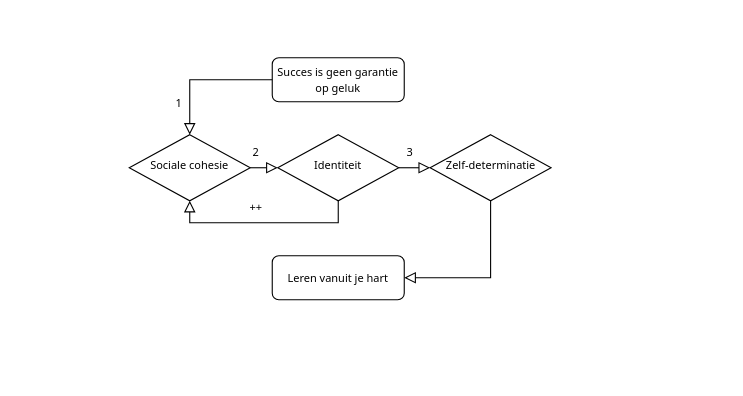
Before: BDB_CGI.drawio in wieberinsma/bdb-drawio, a draw.io diagram. Source tidied: cells renumbered, new cells numbered last; positions are measured from the earlier drawing's top-left corner, leaving out a move shared by most shapes. Both pictures are drawn from the tidied source at 110%, with x=0, y=0 at pixel (129, 57).
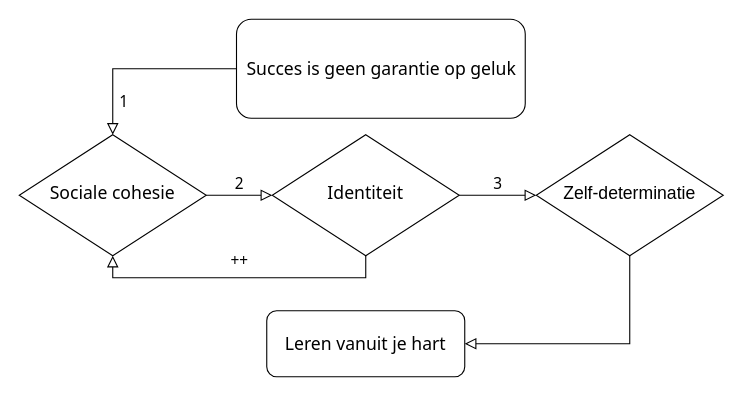
The same page after the edit.

What changed in the source:
```diff
@@
 <mxGraphModel>
   <root>
     <mxCell id="0" />
     <mxCell id="1" parent="0" />
-    <mxCell id="2" value="&lt;font style=&quot;font-size: 10px;&quot; face=&quot;Tahoma&quot;&gt;Succes is geen garantie op geluk&lt;/font&gt;" style="rounded=1;whiteSpace=wrap;html=1;fontSize=12;glass=0;strokeWidth=1;shadow=0;" parent="1" vertex="1">
-      <mxGeometry x="130" width="120" height="40" as="geometry" />
+    <mxCell id="2" value="&lt;font style=&quot;font-size: 16px;&quot; face=&quot;Tahoma&quot;&gt;Succes is geen garantie op geluk&lt;/font&gt;" style="rounded=1;whiteSpace=wrap;html=1;fontSize=12;glass=0;strokeWidth=1;shadow=0;" parent="1" vertex="1">
+      <mxGeometry x="97.5" y="-35" width="262.5" height="90" as="geometry" />
     </mxCell>
-    <mxCell id="3" value="&lt;font style=&quot;font-size: 10px;&quot; face=&quot;Tahoma&quot;&gt;Zelf-determinatie&lt;/font&gt;" style="rhombus;whiteSpace=wrap;html=1;shadow=0;fontFamily=Helvetica;fontSize=12;align=center;strokeWidth=1;spacing=6;spacingTop=-4;" parent="1" vertex="1">
-      <mxGeometry x="273.5" y="70" width="110" height="60" as="geometry" />
-    </mxCell>
-    <mxCell id="4" value="&lt;font style=&quot;font-size: 10px;&quot; face=&quot;Tahoma&quot;&gt;Identiteit&lt;/font&gt;" style="rhombus;whiteSpace=wrap;html=1;shadow=0;fontFamily=Helvetica;fontSize=12;align=center;strokeWidth=1;spacing=6;spacingTop=-4;" parent="1" vertex="1">
-      <mxGeometry x="135" y="70" width="110" height="60" as="geometry" />
-    </mxCell>
-    <mxCell id="5" value="&lt;font style=&quot;font-size: 10px;&quot; face=&quot;Tahoma&quot;&gt;Sociale cohesie&lt;/font&gt;" style="rhombus;whiteSpace=wrap;html=1;shadow=0;fontFamily=Helvetica;fontSize=12;align=center;strokeWidth=1;spacing=6;spacingTop=-4;" parent="1" vertex="1">
-      <mxGeometry y="70" width="110" height="60" as="geometry" />
+    <mxCell id="5" value="&lt;font style=&quot;font-size: 16px;&quot; face=&quot;Tahoma&quot;&gt;Sociale cohesie&lt;/font&gt;" style="rhombus;whiteSpace=wrap;html=1;shadow=0;fontFamily=Helvetica;fontSize=12;align=center;strokeWidth=1;spacing=6;spacingTop=-4;" parent="1" vertex="1">
+      <mxGeometry x="-100" y="70" width="170" height="110" as="geometry" />
     </mxCell>
     <mxCell id="6" style="rounded=0;html=1;jettySize=auto;fontSize=11;endArrow=block;endFill=0;endSize=8;strokeWidth=1;shadow=0;labelBackgroundColor=none;edgeStyle=orthogonalEdgeStyle;exitX=0;exitY=0.5;exitDx=0;exitDy=0;" parent="1" edge="1" source="2" target="5">
       <mxGeometry relative="1" as="geometry" />
     </mxCell>
-    <mxCell id="7" value="&lt;font style=&quot;font-size: 10px;&quot; face=&quot;Tahoma&quot;&gt;Leren vanuit je hart&lt;/font&gt;" style="rounded=1;whiteSpace=wrap;html=1;fontSize=12;glass=0;strokeWidth=1;shadow=0;" parent="1" vertex="1">
-      <mxGeometry x="130" y="180" width="120" height="40" as="geometry" />
-    </mxCell>
     <mxCell id="8" style="rounded=0;html=1;jettySize=auto;fontSize=11;endArrow=block;endFill=0;endSize=8;strokeWidth=1;shadow=0;labelBackgroundColor=none;edgeStyle=orthogonalEdgeStyle;exitX=0.5;exitY=1;exitDx=0;exitDy=0;entryX=1;entryY=0.5;entryDx=0;entryDy=0;" parent="1" edge="1" source="3" target="7">
       <mxGeometry relative="1" as="geometry" />
     </mxCell>
-    <mxCell id="9" style="rounded=0;html=1;jettySize=auto;fontSize=11;endArrow=block;endFill=0;endSize=8;strokeWidth=1;shadow=0;labelBackgroundColor=none;edgeStyle=orthogonalEdgeStyle;exitX=1;exitY=0.5;exitDx=0;exitDy=0;entryX=0;entryY=0.5;entryDx=0;entryDy=0;" parent="1" edge="1" source="4" target="3">
+    <mxCell id="9" style="rounded=0;html=1;jettySize=auto;fontSize=11;endArrow=block;endFill=0;endSize=8;strokeWidth=1;shadow=0;labelBackgroundColor=none;edgeStyle=orthogonalEdgeStyle;entryX=0;entryY=0.5;entryDx=0;entryDy=0;exitX=1;exitY=0.5;exitDx=0;exitDy=0;" parent="1" edge="1" source="4" target="3">
       <mxGeometry relative="1" as="geometry" />
     </mxCell>
     <mxCell id="10" style="rounded=0;html=1;jettySize=auto;fontSize=11;endArrow=block;endFill=0;endSize=8;strokeWidth=1;shadow=0;labelBackgroundColor=none;edgeStyle=orthogonalEdgeStyle;exitX=1;exitY=0.5;exitDx=0;exitDy=0;entryX=0;entryY=0.5;entryDx=0;entryDy=0;" parent="1" edge="1" source="5" target="4">
       <mxGeometry relative="1" as="geometry" />
     </mxCell>
-    <mxCell id="11" value="1" style="text;html=1;align=center;verticalAlign=middle;strokeColor=none;fillColor=none;fontSize=10;fontFamily=Tahoma;" parent="1" vertex="1">
-      <mxGeometry x="30" y="25" width="30" height="30" as="geometry" />
+    <mxCell id="11" value="&lt;font style=&quot;font-size: 14px;&quot;&gt;1&lt;/font&gt;" style="text;html=1;align=center;verticalAlign=middle;strokeColor=none;fillColor=none;fontSize=10;fontFamily=Tahoma;" parent="1" vertex="1">
+      <mxGeometry x="-20" y="25" width="30" height="30" as="geometry" />
     </mxCell>
-    <mxCell id="12" value="2" style="text;html=1;align=center;verticalAlign=middle;strokeColor=none;fillColor=none;fontSize=10;fontFamily=Tahoma;" parent="1" vertex="1">
-      <mxGeometry x="100" y="70" width="30" height="30" as="geometry" />
+    <mxCell id="12" value="&lt;font style=&quot;font-size: 14px;&quot;&gt;2&lt;/font&gt;" style="text;html=1;align=center;verticalAlign=middle;strokeColor=none;fillColor=none;fontSize=10;fontFamily=Tahoma;" parent="1" vertex="1">
+      <mxGeometry x="85" y="100" width="30" height="30" as="geometry" />
     </mxCell>
-    <mxCell id="13" value="3" style="text;html=1;align=center;verticalAlign=middle;strokeColor=none;fillColor=none;fontSize=10;fontFamily=Tahoma;" parent="1" vertex="1">
-      <mxGeometry x="240" y="70" width="30" height="30" as="geometry" />
+    <mxCell id="13" value="&lt;font style=&quot;font-size: 14px;&quot;&gt;3&lt;/font&gt;" style="text;html=1;align=center;verticalAlign=middle;strokeColor=none;fillColor=none;fontSize=10;fontFamily=Tahoma;" parent="1" vertex="1">
+      <mxGeometry x="320" y="100" width="30" height="30" as="geometry" />
     </mxCell>
     <mxCell id="14" style="rounded=0;html=1;jettySize=auto;fontSize=11;endArrow=block;endFill=0;endSize=8;strokeWidth=1;shadow=0;labelBackgroundColor=none;edgeStyle=orthogonalEdgeStyle;exitX=0.5;exitY=1;exitDx=0;exitDy=0;entryX=0.5;entryY=1;entryDx=0;entryDy=0;" parent="1" edge="1" source="4" target="5">
       <mxGeometry relative="1" as="geometry" />
     </mxCell>
-    <mxCell id="15" value="&lt;div&gt;++&lt;/div&gt;" style="text;html=1;align=center;verticalAlign=middle;strokeColor=none;fillColor=none;fontSize=10;fontFamily=Tahoma;" parent="1" vertex="1">
-      <mxGeometry x="95" y="120" width="40" height="30" as="geometry" />
+    <mxCell id="15" value="&lt;div&gt;&lt;font style=&quot;font-size: 14px;&quot;&gt;++&lt;/font&gt;&lt;/div&gt;" style="text;html=1;align=center;verticalAlign=middle;strokeColor=none;fillColor=none;fontSize=10;fontFamily=Tahoma;" parent="1" vertex="1">
+      <mxGeometry x="80" y="170" width="40" height="30" as="geometry" />
     </mxCell>
+    <mxCell id="4" value="&lt;font style=&quot;font-size: 16px;&quot; face=&quot;Tahoma&quot;&gt;Identiteit&lt;/font&gt;" style="rhombus;whiteSpace=wrap;html=1;shadow=0;fontFamily=Helvetica;fontSize=12;align=center;strokeWidth=1;spacing=6;spacingTop=-4;" parent="1" vertex="1">
+      <mxGeometry x="130" y="70" width="170" height="110" as="geometry" />
+    </mxCell>
+    <mxCell id="3" value="&lt;font style=&quot;font-size: 16px;&quot;&gt;Zelf-determinatie&lt;/font&gt;" style="rhombus;whiteSpace=wrap;html=1;shadow=0;fontFamily=Helvetica;fontSize=12;align=center;strokeWidth=1;spacing=6;spacingTop=-4;" parent="1" vertex="1">
+      <mxGeometry x="370" y="70" width="170" height="110" as="geometry" />
+    </mxCell>
+    <mxCell id="7" value="&lt;font style=&quot;font-size: 16px;&quot; face=&quot;Tahoma&quot;&gt;Leren vanuit je hart&lt;br&gt;&lt;/font&gt;" style="rounded=1;whiteSpace=wrap;html=1;fontSize=12;glass=0;strokeWidth=1;shadow=0;" parent="1" vertex="1">
+      <mxGeometry x="125" y="230" width="180" height="60" as="geometry" />
+    </mxCell>
   </root>
 </mxGraphModel>
```
